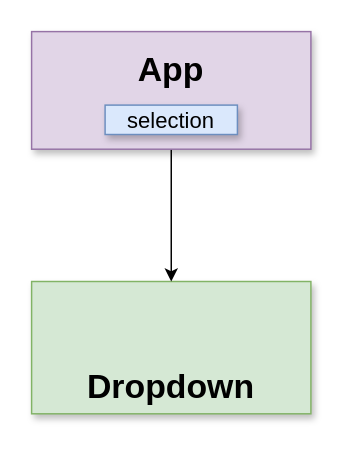
The draw.io diagram page "03 - state" (5 of 22) of diagrams/widgets/02.drawio in HappySuzuki/redux-code, before the edit. Source tidied: cells renumbered, new cells numbered last; positions are measured from the earlier drawing's top-left corner, leaving out a move shared by most shapes. Both pictures are drawn from the tidied source at 147%, with x=0, y=0 at pixel (31, 31).
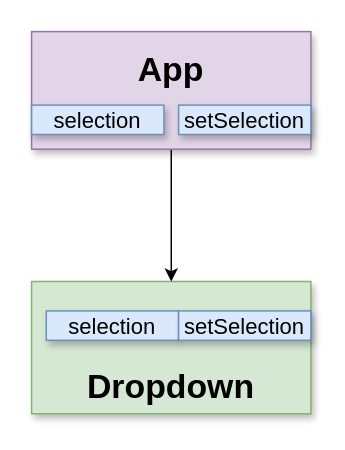
The same page after the edit.

The edit, as a diff of the source:
```diff
@@
 <mxGraphModel>
   <root>
     <mxCell id="0" />
     <mxCell id="1" parent="0" />
     <mxCell id="2" value="&lt;br&gt;&lt;br&gt;&lt;b&gt;Dropdown&lt;/b&gt;" style="rounded=0;whiteSpace=wrap;html=1;shadow=1;fontSize=23;align=center;fillColor=#d5e8d4;strokeColor=#82b366;" parent="1" vertex="1">
       <mxGeometry y="170" width="190" height="90" as="geometry" />
     </mxCell>
     <mxCell id="3" style="edgeStyle=orthogonalEdgeStyle;rounded=0;jettySize=auto;html=1;exitX=0.5;exitY=1;exitDx=0;exitDy=0;strokeWidth=1;fontSize=23;" parent="1" edge="1" source="4" target="2">
       <mxGeometry relative="1" as="geometry" />
     </mxCell>
     <mxCell id="4" value="App&lt;br&gt;&lt;br&gt;" style="rounded=0;whiteSpace=wrap;html=1;shadow=1;fontSize=23;align=center;fontStyle=1;fillColor=#e1d5e7;strokeColor=#9673a6;" parent="1" vertex="1">
       <mxGeometry width="190" height="80" as="geometry" />
     </mxCell>
     <mxCell id="5" value="selection" style="rounded=0;whiteSpace=wrap;html=1;shadow=1;fontSize=15;align=center;fillColor=#dae8fc;strokeColor=#6c8ebf;" parent="1" vertex="1">
-      <mxGeometry x="50" y="50" width="90" height="20" as="geometry" />
+      <mxGeometry y="50" width="90" height="20" as="geometry" />
     </mxCell>
+    <mxCell id="6" value="selection" style="rounded=0;whiteSpace=wrap;html=1;shadow=1;fontSize=15;align=center;fillColor=#dae8fc;strokeColor=#6c8ebf;" parent="1" vertex="1">
+      <mxGeometry x="10" y="190" width="90" height="20" as="geometry" />
+    </mxCell>
+    <mxCell id="7" value="setSelection" style="rounded=0;whiteSpace=wrap;html=1;shadow=1;fontSize=15;align=center;fillColor=#dae8fc;strokeColor=#6c8ebf;" parent="1" vertex="1">
+      <mxGeometry x="100" y="50" width="90" height="20" as="geometry" />
+    </mxCell>
+    <mxCell id="8" value="setSelection" style="rounded=0;whiteSpace=wrap;html=1;shadow=1;fontSize=15;align=center;fillColor=#dae8fc;strokeColor=#6c8ebf;" parent="1" vertex="1">
+      <mxGeometry x="100" y="190" width="90" height="20" as="geometry" />
+    </mxCell>
   </root>
 </mxGraphModel>
```
